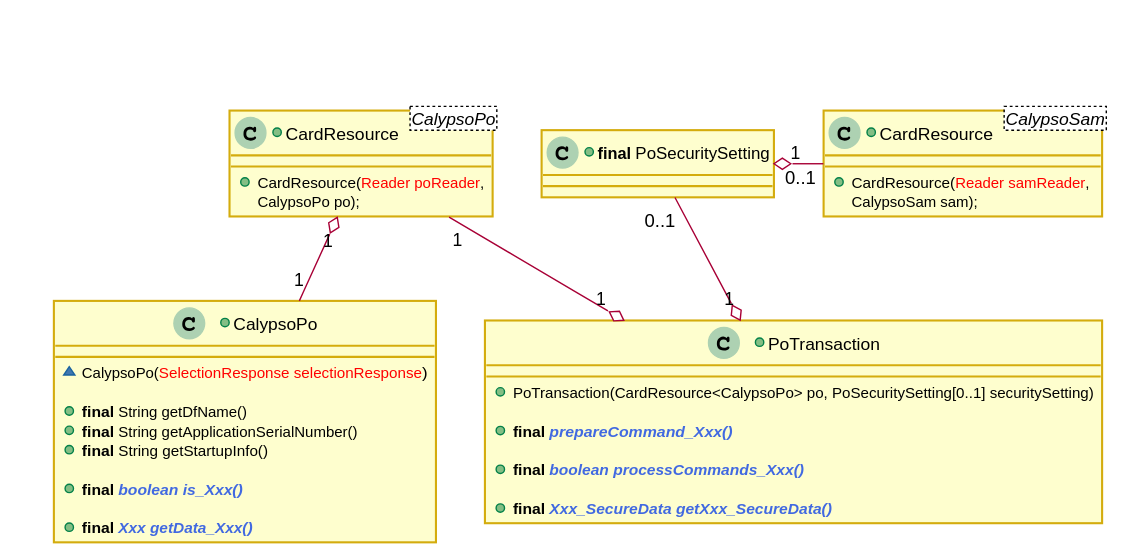
Before: docs/KeypleCalypsoApi/img/KeypleCalypso_Transaction_ClassDiag_Overview.svg, a diagram exported from PlantUML (calypsonet/keyple).
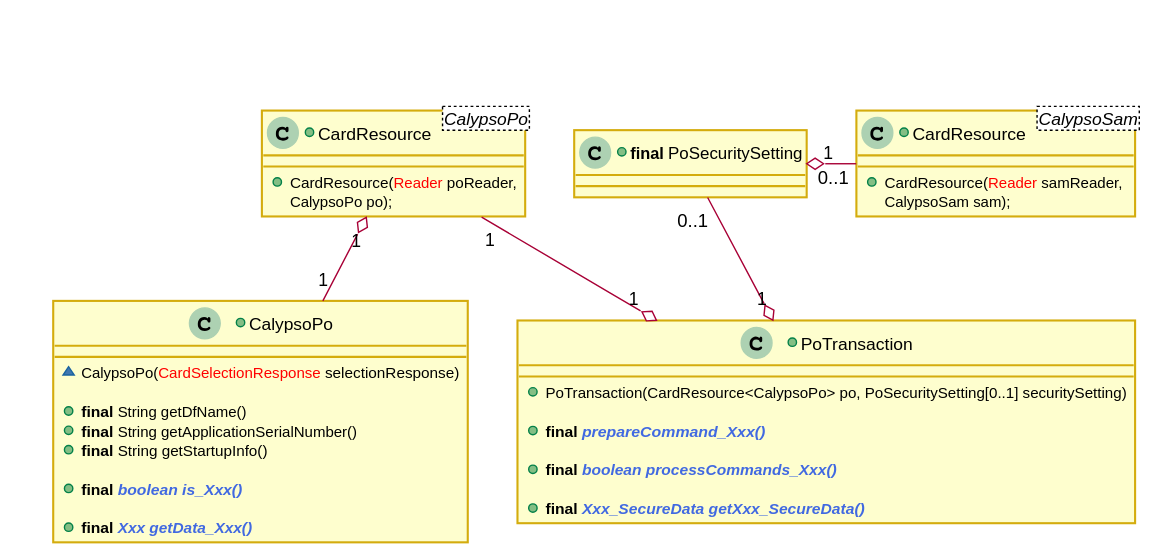
Above is the later version.

Commit message:
Rename Calypso Selection

Change to the diagram source:
```diff
@@ -32,12 +32,12 @@
 
 together {
   +class "CardResource<CalypsoPo>" as PoResource {
-    +CardResource(<color:red>Reader poReader</color>,
+    +CardResource(<color:red>Reader</color> poReader,
     CalypsoPo po);
   }
 
   +class "CardResource<CalypsoSam>" as SamResource {
-    +CardResource(<color:red>Reader samReader</color>,
+    +CardResource(<color:red>Reader</color> samReader,
     CalypsoSam sam);
   }
 
@@ -45,7 +45,7 @@
   }
 
   +class CalypsoPo {
-    ~CalypsoPo(<color:red>SelectionResponse selectionResponse</color>)
+    ~CalypsoPo(<color:red>CardSelectionResponse</color> selectionResponse)
 
     +<b>final</b> String getDfName()
     +<b>final</b> String getApplicationSerialNumber()
```
